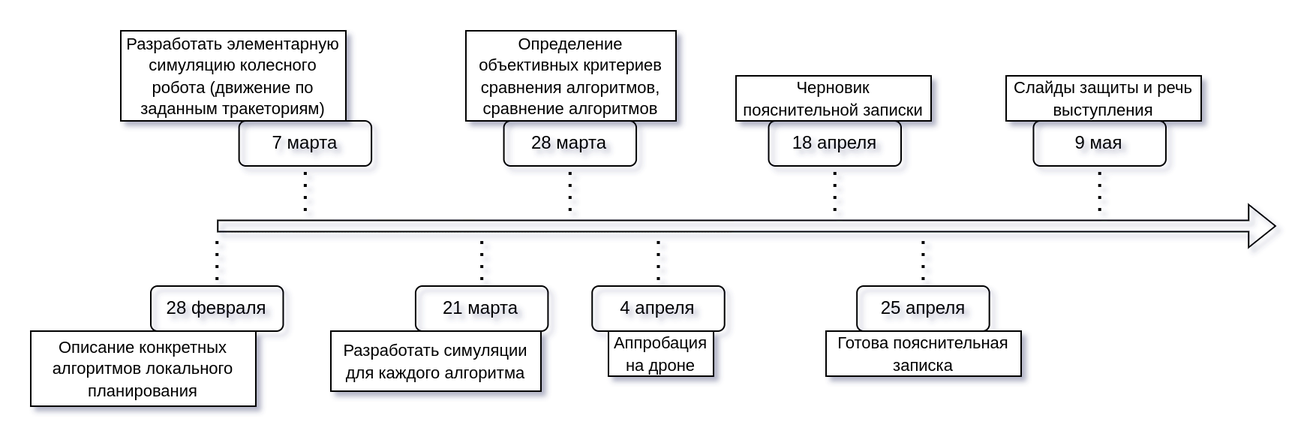
This is roadmap.png from kinekt2000/local-planner-research, a draw.io export, as it was before one commit. Source tidied: cells renumbered, new cells last; positions are measured from the earlier drawing's top-left corner, leaving out a move shared by most shapes.
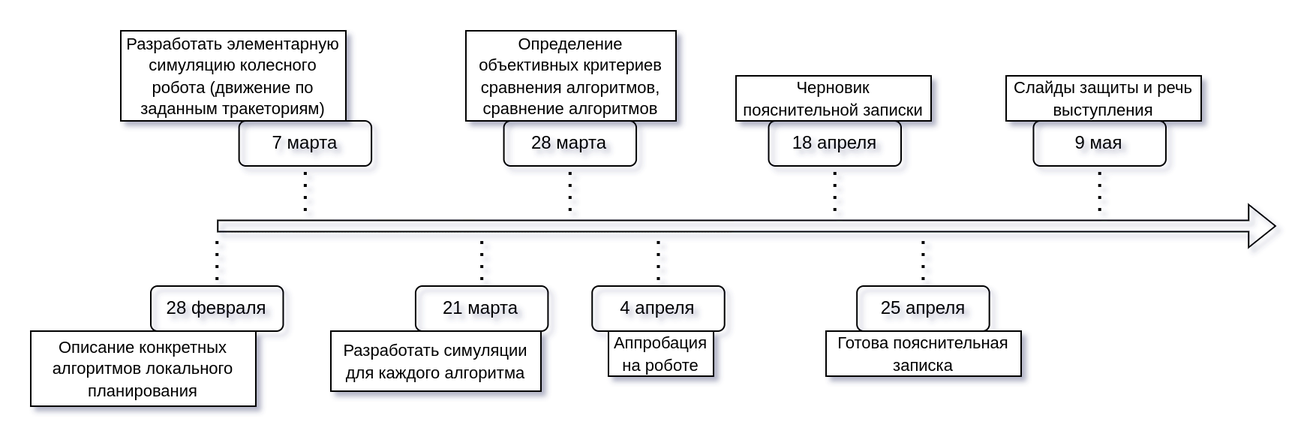
Above is the later version.

The edit, as a diff of the source:
```diff
@@ -87,7 +87,7 @@
     <mxCell id="23" value="&lt;font style=&quot;font-size: 11px&quot;&gt;Определение объективных критериев сравнения алгоритмов, сравнение алгоритмов&lt;/font&gt;" style="rounded=0;whiteSpace=wrap;html=1;shadow=0;glass=0;sketch=0;fillColor=default;" parent="1" vertex="1">
       <mxGeometry x="290" width="140" height="60" as="geometry" />
     </mxCell>
-    <mxCell id="24" value="&lt;font style=&quot;font-size: 11px&quot;&gt;Аппробация на дроне&lt;/font&gt;" style="rounded=0;whiteSpace=wrap;html=1;shadow=0;glass=0;sketch=0;fillColor=default;" parent="1" vertex="1">
+    <mxCell id="24" value="&lt;font style=&quot;font-size: 11px&quot;&gt;Аппробация на роботе&lt;/font&gt;" style="rounded=0;whiteSpace=wrap;html=1;shadow=0;glass=0;sketch=0;fillColor=default;" parent="1" vertex="1">
       <mxGeometry x="385" y="200" width="70" height="30" as="geometry" />
     </mxCell>
     <mxCell id="25" value="&lt;font style=&quot;font-size: 11px&quot;&gt;Черновик пояснительной записки&lt;/font&gt;" style="rounded=0;whiteSpace=wrap;html=1;shadow=0;glass=0;sketch=0;fillColor=default;" parent="1" vertex="1">
```
